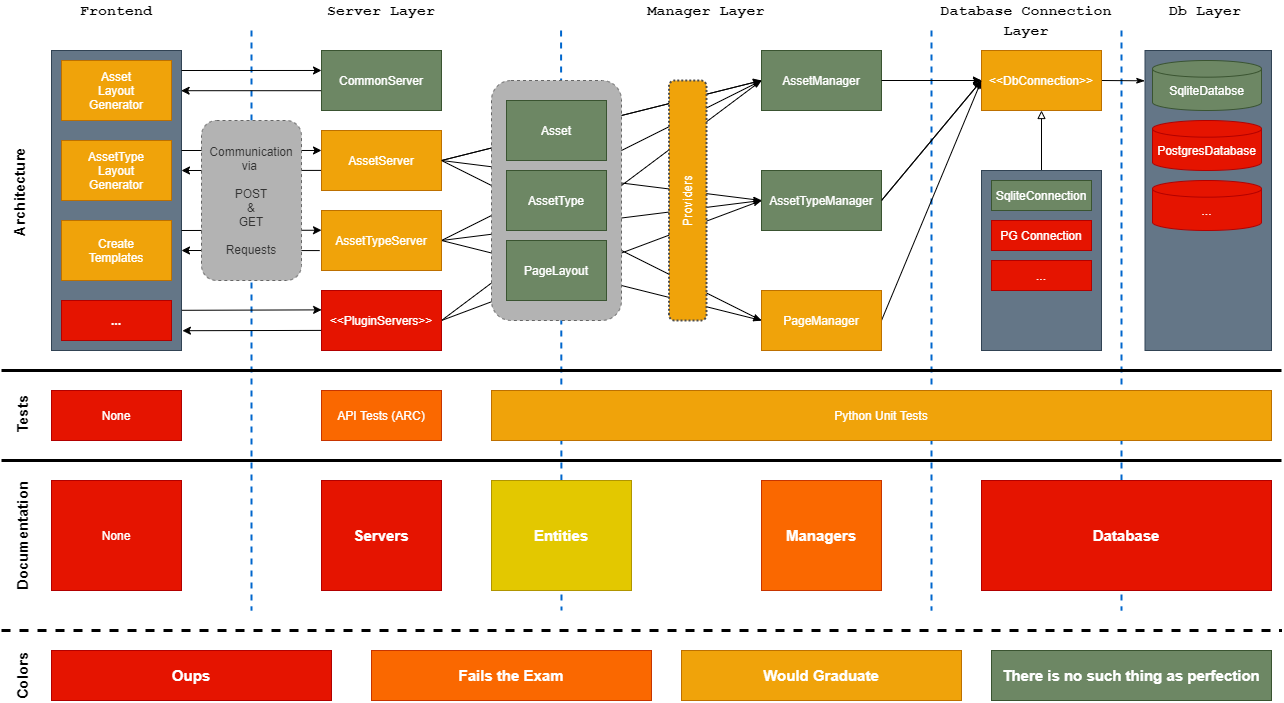
Earlier version of the draw.io export doc/graphics/rendered_images/AnyBase.png (PDT42/AnyBase). Source tidied: cells renumbered, new cells last; positions are measured from the earlier drawing's top-left corner, leaving out a move shared by most shapes.
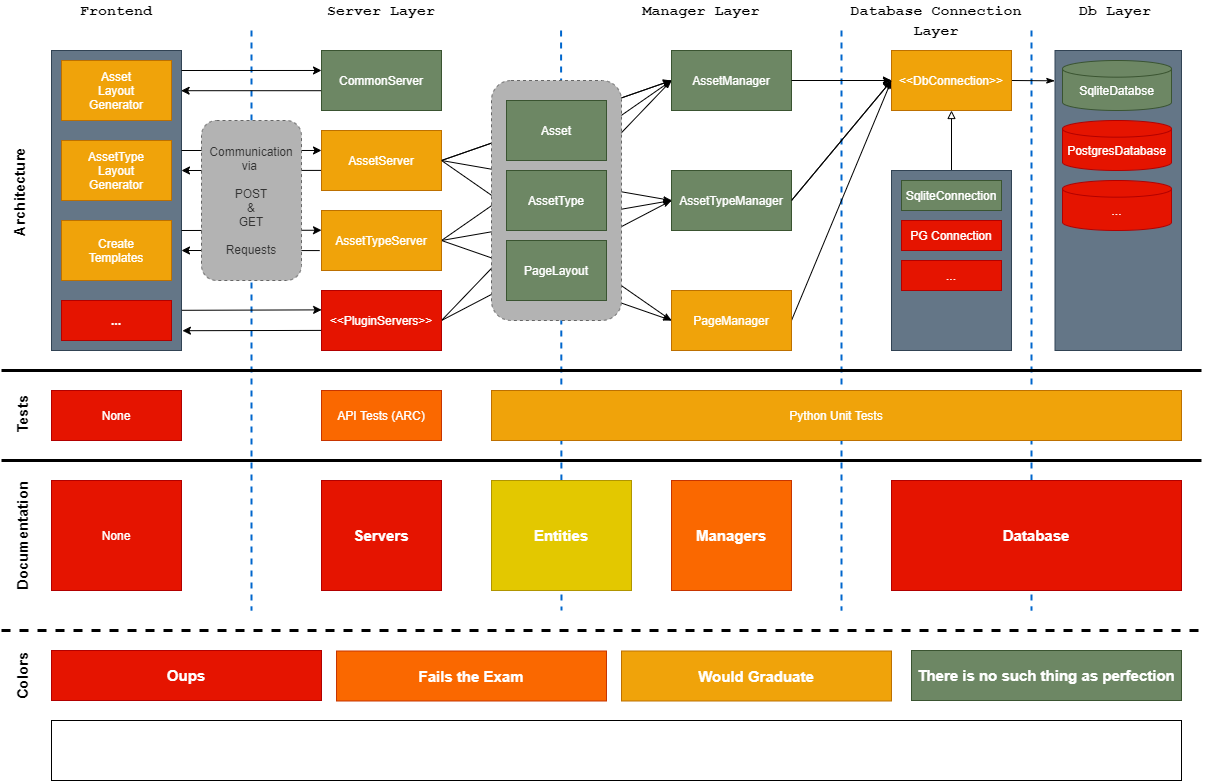
After the change.

The edit, as a diff of the source:
```diff
@@ -4,14 +4,14 @@
     <mxCell id="1" parent="0" />
     <mxCell id="2" style="endArrow=none;dashed=1;html=1;rounded=0;strokeWidth=2;strokeColor=#0066CC;" parent="1" edge="1">
       <mxGeometry relative="1" as="geometry">
-        <mxPoint x="1279" y="30" as="sourcePoint" />
-        <mxPoint x="1279" y="610" as="targetPoint" />
+        <mxPoint x="1189" y="30" as="sourcePoint" />
+        <mxPoint x="1189" y="610" as="targetPoint" />
       </mxGeometry>
     </mxCell>
     <mxCell id="3" style="endArrow=none;dashed=1;html=1;rounded=0;strokeWidth=2;strokeColor=#0066CC;" parent="1" edge="1">
       <mxGeometry relative="1" as="geometry">
-        <mxPoint x="1089" y="30" as="sourcePoint" />
-        <mxPoint x="1089" y="610" as="targetPoint" />
+        <mxPoint x="999" y="30" as="sourcePoint" />
+        <mxPoint x="999" y="610" as="targetPoint" />
       </mxGeometry>
     </mxCell>
     <mxCell id="4" style="endArrow=none;dashed=1;html=1;rounded=0;strokeWidth=2;strokeColor=#0066CC;" parent="1" edge="1">
@@ -106,55 +106,54 @@
       <mxGeometry relative="1" as="geometry" />
     </mxCell>
     <mxCell id="29" value="AssetManager" style="rounded=0;whiteSpace=wrap;html=1;fillColor=#6d8764;strokeColor=#3A5431;fontColor=#ffffff;" parent="1" vertex="1">
-      <mxGeometry x="919" y="50" width="120" height="60" as="geometry" />
+      <mxGeometry x="829" y="50" width="120" height="60" as="geometry" />
     </mxCell>
     <mxCell id="30" style="edgeStyle=none;rounded=0;jettySize=auto;html=1;exitX=1;exitY=0.5;exitDx=0;exitDy=0;entryX=0;entryY=0.5;entryDx=0;entryDy=0;" parent="1" edge="1" source="31" target="35">
       <mxGeometry relative="1" as="geometry" />
     </mxCell>
     <mxCell id="31" value="AssetTypeManager" style="rounded=0;whiteSpace=wrap;html=1;fillColor=#6d8764;strokeColor=#3A5431;fontColor=#ffffff;" parent="1" vertex="1">
-      <mxGeometry x="919" y="170" width="120" height="60" as="geometry" />
+      <mxGeometry x="829" y="170" width="120" height="60" as="geometry" />
     </mxCell>
     <mxCell id="32" style="edgeStyle=none;rounded=0;jettySize=auto;html=1;exitX=1;exitY=0.5;exitDx=0;exitDy=0;entryX=0;entryY=0.5;entryDx=0;entryDy=0;" parent="1" edge="1" source="33" target="35">
       <mxGeometry relative="1" as="geometry" />
     </mxCell>
     <mxCell id="33" value="PageManager" style="rounded=0;whiteSpace=wrap;html=1;fillColor=#f0a30a;strokeColor=#BD7000;fontColor=#ffffff;" parent="1" vertex="1">
-      <mxGeometry x="919" y="290" width="120" height="60" as="geometry" />
+      <mxGeometry x="829" y="290" width="120" height="60" as="geometry" />
     </mxCell>
     <mxCell id="34" style="edgeStyle=none;rounded=0;jettySize=auto;html=1;exitX=1;exitY=0.5;exitDx=0;exitDy=0;entryX=-0.002;entryY=0.101;entryDx=0;entryDy=0;entryPerimeter=0;endArrow=classicThin;endFill=1;fontSize=12;" parent="1" edge="1" source="35" target="42">
       <mxGeometry relative="1" as="geometry" />
     </mxCell>
     <mxCell id="35" value="&amp;lt;&amp;lt;DbConnection&amp;gt;&amp;gt;" style="rounded=0;whiteSpace=wrap;html=1;fillColor=#f0a30a;strokeColor=#BD7000;fontColor=#ffffff;" parent="1" vertex="1">
-      <mxGeometry x="1139" y="50" width="120" height="60" as="geometry" />
+      <mxGeometry x="1049" y="50" width="120" height="60" as="geometry" />
     </mxCell>
     <mxCell id="36" style="edgeStyle=none;rounded=0;jettySize=auto;html=1;exitX=0.5;exitY=0;exitDx=0;exitDy=0;entryX=0.5;entryY=1;entryDx=0;entryDy=0;endArrow=block;endFill=0;" parent="1" edge="1" source="37" target="35">
       <mxGeometry relative="1" as="geometry" />
     </mxCell>
     <mxCell id="37" style="rounded=0;whiteSpace=wrap;html=1;fillColor=#647687;strokeColor=#314354;fontColor=#ffffff;" parent="1" vertex="1">
-      <mxGeometry x="1139" y="170" width="120" height="180" as="geometry" />
+      <mxGeometry x="1049" y="170" width="120" height="180" as="geometry" />
     </mxCell>
     <mxCell id="38" value="SqliteConnection" style="rounded=0;whiteSpace=wrap;html=1;fillColor=#6d8764;strokeColor=#3A5431;fontColor=#ffffff;" parent="1" vertex="1">
-      <mxGeometry x="1149" y="180" width="100" height="30" as="geometry" />
+      <mxGeometry x="1059" y="180" width="100" height="30" as="geometry" />
     </mxCell>
     <mxCell id="39" style="edgeStyle=none;rounded=0;orthogonalLoop=1;jettySize=auto;html=1;endArrow=classicThin;endFill=1;" parent="1" edge="1">
       <mxGeometry relative="1" as="geometry">
-        <mxPoint x="1039" y="80" as="sourcePoint" />
-        <mxPoint x="1139" y="80" as="targetPoint" />
+        <mxPoint x="949" y="80" as="sourcePoint" />
+        <mxPoint x="1049" y="80" as="targetPoint" />
       </mxGeometry>
     </mxCell>
     <mxCell id="40" style="edgeStyle=none;rounded=0;jettySize=auto;html=1;exitX=1;exitY=0.5;exitDx=0;exitDy=0;entryX=0;entryY=0.5;entryDx=0;entryDy=0;endArrow=classicThin;endFill=1;" parent="1" edge="1" source="31" target="35">
       <mxGeometry relative="1" as="geometry" />
     </mxCell>
-    <mxCell id="41" style="rounded=0;orthogonalLoop=1;jettySize=auto;html=1;exitX=1;exitY=0.5;exitDx=0;exitDy=0;endArrow=classicThin;endFill=1;" parent="1" edge="1">
+    <mxCell id="41" style="rounded=0;jettySize=auto;html=1;exitX=1;exitY=0.5;exitDx=0;exitDy=0;endArrow=classicThin;endFill=1;entryX=0;entryY=0.5;entryDx=0;entryDy=0;" parent="1" edge="1" target="29">
       <mxGeometry relative="1" as="geometry">
         <mxPoint x="599" y="160" as="sourcePoint" />
-        <mxPoint x="919" y="80" as="targetPoint" />
       </mxGeometry>
     </mxCell>
     <mxCell id="42" style="rounded=0;whiteSpace=wrap;html=1;fontSize=12;fillColor=#647687;strokeColor=#314354;fontColor=#ffffff;" parent="1" vertex="1">
-      <mxGeometry x="1302.5" y="50" width="126.5" height="300" as="geometry" />
+      <mxGeometry x="1212.5" y="50" width="126.5" height="300" as="geometry" />
     </mxCell>
     <mxCell id="43" value="SqliteDatabse" style="strokeWidth=1;html=1;shape=mxgraph.flowchart.database;whiteSpace=wrap;verticalAlign=middle;fontSize=12;labelPosition=center;verticalLabelPosition=middle;align=center;spacingTop=10;fillColor=#6d8764;strokeColor=#3A5431;fontColor=#ffffff;" parent="1" vertex="1">
-      <mxGeometry x="1310" y="60" width="109" height="50" as="geometry" />
+      <mxGeometry x="1220" y="60" width="109" height="50" as="geometry" />
     </mxCell>
     <mxCell id="44" value="&lt;font face=&quot;Courier New&quot; style=&quot;font-size: 15px;&quot;&gt;Frontend&lt;/font&gt;" style="text;html=1;strokeColor=none;fillColor=none;align=center;verticalAlign=middle;whiteSpace=wrap;rounded=0;fontSize=15;fontStyle=1;" parent="1" vertex="1">
       <mxGeometry x="209" width="130" height="20" as="geometry" />
@@ -184,7 +183,7 @@
       <mxGeometry x="219" y="300" width="110" height="40" as="geometry" />
     </mxCell>
     <mxCell id="53" value="PostgresDatabase" style="strokeWidth=1;html=1;shape=mxgraph.flowchart.database;whiteSpace=wrap;verticalAlign=middle;fontSize=12;labelPosition=center;verticalLabelPosition=middle;align=center;spacingTop=10;fillColor=#e51400;strokeColor=#B20000;fontColor=#ffffff;" parent="1" vertex="1">
-      <mxGeometry x="1310" y="120" width="109" height="50" as="geometry" />
+      <mxGeometry x="1220" y="120" width="109" height="50" as="geometry" />
     </mxCell>
     <mxCell id="54" value="None" style="rounded=0;whiteSpace=wrap;html=1;strokeWidth=1;fillColor=#e51400;fontSize=12;strokeColor=#B20000;fontColor=#ffffff;" parent="1" vertex="1">
       <mxGeometry x="209" y="390" width="130" height="50" as="geometry" />
@@ -192,23 +191,23 @@
     <mxCell id="55" style="endArrow=none;html=1;fontSize=12;strokeWidth=3;" parent="1" edge="1">
       <mxGeometry relative="1" as="geometry">
         <mxPoint x="159" y="370" as="sourcePoint" />
-        <mxPoint x="1439" y="370" as="targetPoint" />
+        <mxPoint x="1359" y="370" as="targetPoint" />
       </mxGeometry>
     </mxCell>
     <mxCell id="56" value="API Tests (ARC)" style="rounded=0;whiteSpace=wrap;html=1;strokeWidth=1;fillColor=#fa6800;fontSize=12;strokeColor=#C73500;fontColor=#ffffff;" parent="1" vertex="1">
       <mxGeometry x="479" y="390" width="120" height="50" as="geometry" />
     </mxCell>
     <mxCell id="57" value="Python Unit Tests" style="rounded=0;whiteSpace=wrap;html=1;strokeWidth=1;fillColor=#f0a30a;fontSize=12;strokeColor=#BD7000;fontColor=#ffffff;" parent="1" vertex="1">
-      <mxGeometry x="649" y="390" width="780" height="50" as="geometry" />
+      <mxGeometry x="649" y="390" width="690" height="50" as="geometry" />
     </mxCell>
     <mxCell id="58" value="PG Connection" style="rounded=0;whiteSpace=wrap;html=1;fillColor=#e51400;strokeColor=#B20000;fontColor=#ffffff;" parent="1" vertex="1">
-      <mxGeometry x="1149" y="220" width="100" height="30" as="geometry" />
+      <mxGeometry x="1059" y="220" width="100" height="30" as="geometry" />
     </mxCell>
     <mxCell id="59" value="..." style="rounded=0;whiteSpace=wrap;html=1;fillColor=#e51400;strokeColor=#B20000;fontColor=#ffffff;" parent="1" vertex="1">
-      <mxGeometry x="1149" y="260" width="100" height="30" as="geometry" />
+      <mxGeometry x="1059" y="260" width="100" height="30" as="geometry" />
     </mxCell>
     <mxCell id="60" value="..." style="strokeWidth=1;html=1;shape=mxgraph.flowchart.database;whiteSpace=wrap;verticalAlign=middle;fontSize=12;labelPosition=center;verticalLabelPosition=middle;align=center;spacingTop=10;fillColor=#e51400;strokeColor=#B20000;fontColor=#ffffff;" parent="1" vertex="1">
-      <mxGeometry x="1310" y="180" width="109" height="50" as="geometry" />
+      <mxGeometry x="1220" y="180" width="109" height="50" as="geometry" />
     </mxCell>
     <mxCell id="61" value="Architecture" style="text;html=1;strokeColor=none;fillColor=none;align=center;verticalAlign=middle;whiteSpace=wrap;rounded=0;rotation=-90;fontStyle=1;fontSize=15;" parent="1" vertex="1">
       <mxGeometry x="0.4" y="173.3" width="352.2" height="35" as="geometry" />
@@ -220,18 +219,18 @@
       <mxGeometry x="479" width="120" height="20" as="geometry" />
     </mxCell>
     <mxCell id="64" value="&lt;font face=&quot;Courier New&quot;&gt;Manager Layer&lt;/font&gt;" style="text;html=1;strokeColor=none;fillColor=none;align=center;verticalAlign=middle;whiteSpace=wrap;rounded=0;fontSize=15;fontStyle=1;" parent="1" vertex="1">
-      <mxGeometry x="719" width="290" height="20" as="geometry" />
+      <mxGeometry x="719" width="280" height="20" as="geometry" />
     </mxCell>
     <mxCell id="65" value="&lt;font face=&quot;Courier New&quot;&gt;Database Connection&lt;br&gt;Layer&lt;br&gt;&lt;/font&gt;" style="text;html=1;strokeColor=none;fillColor=none;align=center;verticalAlign=middle;whiteSpace=wrap;rounded=0;fontSize=15;fontStyle=1;" parent="1" vertex="1">
-      <mxGeometry x="1089" y="10" width="190" height="20" as="geometry" />
+      <mxGeometry x="999" y="10" width="190" height="20" as="geometry" />
     </mxCell>
     <mxCell id="66" value="&lt;font face=&quot;Courier New&quot;&gt;Db Layer&lt;/font&gt;" style="text;html=1;strokeColor=none;fillColor=none;align=center;verticalAlign=middle;whiteSpace=wrap;rounded=0;fontSize=15;fontStyle=1;" parent="1" vertex="1">
-      <mxGeometry x="1302.5" width="120" height="20" as="geometry" />
+      <mxGeometry x="1212.5" width="120" height="20" as="geometry" />
     </mxCell>
     <mxCell id="67" style="endArrow=none;html=1;fontSize=12;strokeWidth=3;" parent="1" edge="1">
       <mxGeometry relative="1" as="geometry">
         <mxPoint x="159" y="460" as="sourcePoint" />
-        <mxPoint x="1439" y="460" as="targetPoint" />
+        <mxPoint x="1359" y="460" as="targetPoint" />
       </mxGeometry>
     </mxCell>
     <mxCell id="68" value="Documentation" style="text;html=1;strokeColor=none;fillColor=none;align=center;verticalAlign=middle;whiteSpace=wrap;rounded=0;fontSize=15;rotation=-90;fontStyle=1;" parent="1" vertex="1">
@@ -247,34 +246,34 @@
       <mxGeometry x="649" y="480" width="140" height="110" as="geometry" />
     </mxCell>
     <mxCell id="72" value="&lt;font style=&quot;font-size: 15px&quot;&gt;&lt;b&gt;Managers&lt;/b&gt;&lt;/font&gt;" style="rounded=0;whiteSpace=wrap;html=1;fillColor=#fa6800;strokeColor=#C73500;fontColor=#ffffff;" parent="1" vertex="1">
-      <mxGeometry x="919" y="480" width="120" height="110" as="geometry" />
+      <mxGeometry x="829" y="480" width="120" height="110" as="geometry" />
     </mxCell>
     <mxCell id="73" value="&lt;font style=&quot;font-size: 15px&quot;&gt;&lt;b&gt;Database&lt;/b&gt;&lt;/font&gt;" style="rounded=0;whiteSpace=wrap;html=1;fillColor=#e51400;strokeColor=#B20000;fontColor=#ffffff;" parent="1" vertex="1">
-      <mxGeometry x="1139" y="480" width="290" height="110" as="geometry" />
+      <mxGeometry x="1049" y="480" width="290" height="110" as="geometry" />
     </mxCell>
     <mxCell id="74" style="endArrow=none;dashed=1;html=1;strokeWidth=3;fontSize=15;" parent="1" edge="1">
       <mxGeometry relative="1" as="geometry">
         <mxPoint x="159" y="630" as="sourcePoint" />
-        <mxPoint x="1439" y="630" as="targetPoint" />
+        <mxPoint x="1359" y="630" as="targetPoint" />
       </mxGeometry>
     </mxCell>
     <mxCell id="75" value="Colors" style="text;html=1;strokeColor=none;fillColor=none;align=center;verticalAlign=middle;whiteSpace=wrap;rounded=0;fontSize=15;rotation=-90;fontStyle=1;" parent="1" vertex="1">
       <mxGeometry x="153.9" y="658" width="51.2" height="35" as="geometry" />
     </mxCell>
     <mxCell id="76" value="&lt;b&gt;Oups&lt;/b&gt;" style="rounded=0;whiteSpace=wrap;html=1;strokeWidth=1;fillColor=#e51400;fontSize=15;strokeColor=#B20000;fontColor=#ffffff;" parent="1" vertex="1">
-      <mxGeometry x="209" y="650" width="280" height="50" as="geometry" />
+      <mxGeometry x="209" y="650" width="270" height="50" as="geometry" />
     </mxCell>
     <mxCell id="77" value="&lt;b&gt;Fails the Exam&lt;/b&gt;" style="rounded=0;whiteSpace=wrap;html=1;strokeWidth=1;fillColor=#fa6800;fontSize=15;strokeColor=#C73500;fontColor=#ffffff;" parent="1" vertex="1">
-      <mxGeometry x="529" y="650" width="280" height="50" as="geometry" />
+      <mxGeometry x="494" y="650.5" width="270" height="50" as="geometry" />
     </mxCell>
     <mxCell id="78" value="&lt;b&gt;Would Graduate&lt;/b&gt;" style="rounded=0;whiteSpace=wrap;html=1;strokeWidth=1;fillColor=#f0a30a;fontSize=15;strokeColor=#BD7000;fontColor=#ffffff;" parent="1" vertex="1">
-      <mxGeometry x="839" y="650" width="280" height="50" as="geometry" />
+      <mxGeometry x="779" y="650.5" width="270" height="50" as="geometry" />
     </mxCell>
     <mxCell id="79" value="&lt;b&gt;There is no such thing as perfection&lt;/b&gt;" style="rounded=0;whiteSpace=wrap;html=1;strokeWidth=1;fillColor=#6d8764;fontSize=15;strokeColor=#3A5431;fontColor=#ffffff;" parent="1" vertex="1">
-      <mxGeometry x="1149" y="650" width="280" height="50" as="geometry" />
+      <mxGeometry x="1069" y="650" width="270" height="50" as="geometry" />
     </mxCell>
-    <mxCell id="80" value="Providers" style="rounded=1;whiteSpace=wrap;html=1;rotation=-90;fillColor=#f0a30a;fontColor=#ffffff;dashed=1;strokeColor=#4D4D4D;perimeterSpacing=0;strokeWidth=2;dashPattern=1 1;glass=0;sketch=0;shadow=0;" parent="1" vertex="1">
-      <mxGeometry x="725.2" y="181.2" width="240" height="37.5" as="geometry" />
-    </mxCell>
+    <mxCell id="81" style="rounded=0;whiteSpace=wrap;html=1;" parent="1" vertex="1">
+      <mxGeometry x="209" y="720" width="1130" height="60" as="geometry" />
+    </mxCell>
   </root>
 </mxGraphModel>
```
